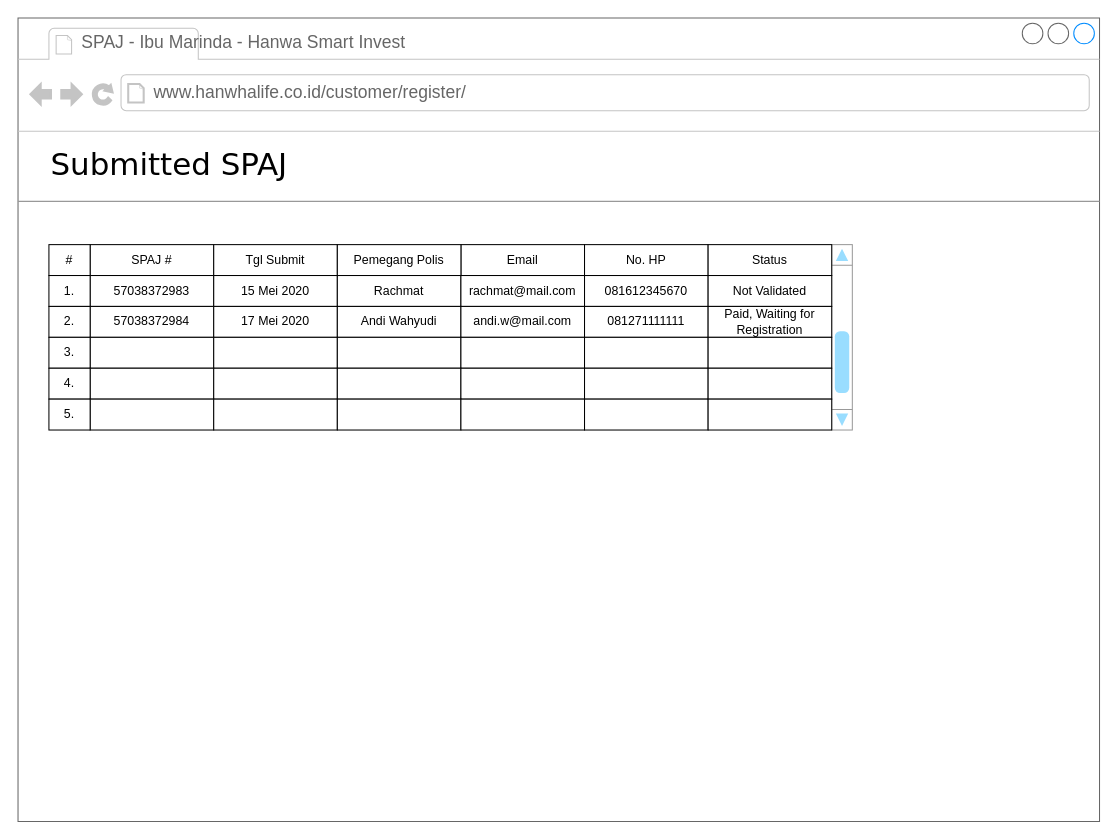
This is page "Agent View" (18 of 18) of CustomerInvitation.drawio from gustianom/hanwhaiso, a draw.io file, before an edit. Source tidied: cells renumbered, new cells numbered last; positions are measured from the earlier drawing's top-left corner, leaving out a move shared by most shapes. Both pictures are drawn from the tidied source at 103%, with x=0, y=0 at pixel (18, 18).
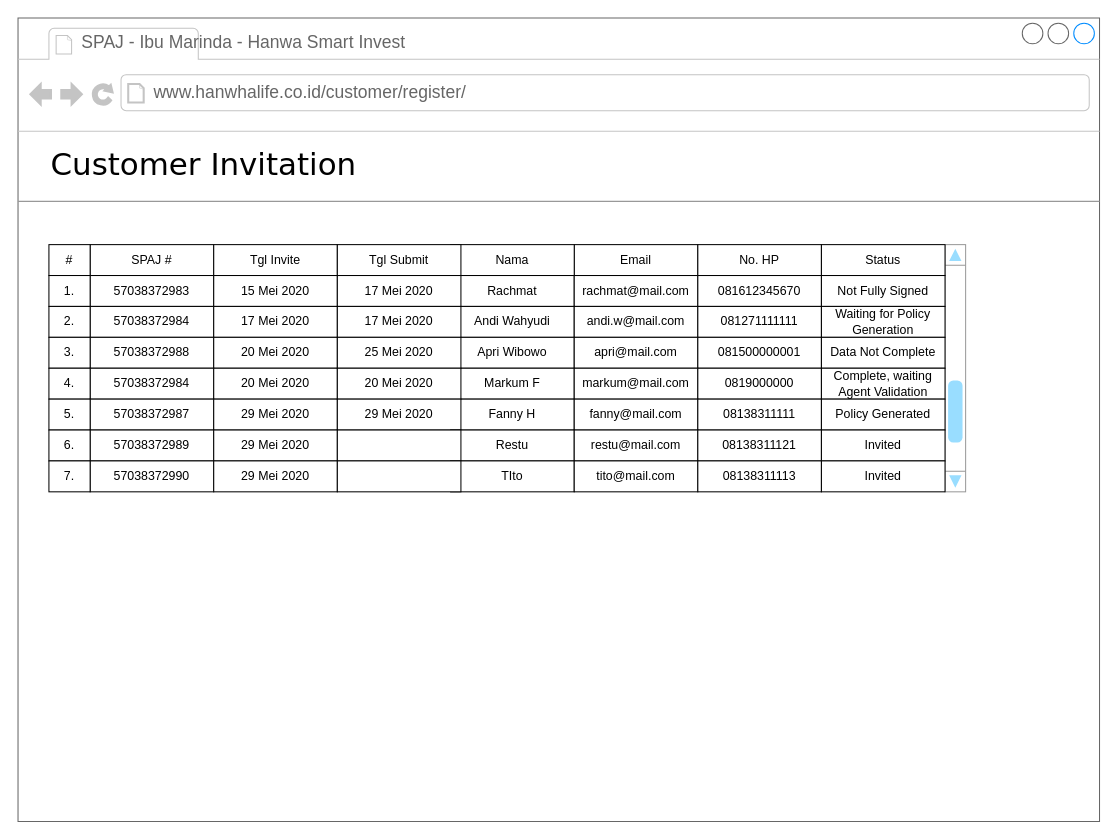
After the change.

The change refers to these unchanged cells:
```xml
<mxCell id="2" style="strokeWidth=1;shadow=0;dashed=0;align=center;html=1;shape=mxgraph.mockup.containers.browserWindow;rSize=0;strokeColor=#666666;mainText=,;rounded=0;labelBackgroundColor=none;fontFamily=Verdana;fontSize=12;" parent="1" vertex="1">
  <mxGeometry width="1050" height="780" as="geometry" />
</mxCell>
```

What changed in the source:
```diff
@@
-    <mxCell id="5" value="Submitted SPAJ" style="text;html=1;align=left;verticalAlign=top;spacingTop=-4;fontSize=30;fontFamily=Verdana;" parent="2" vertex="1">
+    <mxCell id="5" value="Customer Invitation" style="text;html=1;align=left;verticalAlign=top;spacingTop=-4;fontSize=30;fontFamily=Verdana;" parent="2" vertex="1">
       <mxGeometry x="30" y="122" width="890" height="50" as="geometry" />
     </mxCell>
@@
     <mxCell id="7" style="verticalLabelPosition=bottom;shadow=0;dashed=0;align=center;html=1;verticalAlign=top;strokeWidth=1;shape=mxgraph.mockup.navigation.scrollBar;strokeColor=#999999;barPos=20;fillColor2=#99ddff;strokeColor2=none;direction=north;" parent="2" vertex="1">
-      <mxGeometry x="790" y="220" width="20" height="180" as="geometry" />
+      <mxGeometry x="900" y="220" width="20" height="240" as="geometry" />
     </mxCell>
@@
-    <mxCell id="9" value="Tgl Submit" style="rounded=0;whiteSpace=wrap;html=1;" parent="2" vertex="1">
+    <mxCell id="9" value="Tgl Invite" style="rounded=0;whiteSpace=wrap;html=1;" parent="2" vertex="1">
       <mxGeometry x="190" y="220" width="120" height="30" as="geometry" />
     </mxCell>
     <mxCell id="10" value="Email" style="rounded=0;whiteSpace=wrap;html=1;" parent="2" vertex="1">
-      <mxGeometry x="430" y="220" width="120" height="30" as="geometry" />
+      <mxGeometry x="540" y="220" width="120" height="30" as="geometry" />
     </mxCell>
     <mxCell id="11" value="No. HP" style="rounded=0;whiteSpace=wrap;html=1;" parent="2" vertex="1">
-      <mxGeometry x="550" y="220" width="120" height="30" as="geometry" />
+      <mxGeometry x="660" y="220" width="120" height="30" as="geometry" />
     </mxCell>
-    <mxCell id="12" value="Pemegang Polis" style="rounded=0;whiteSpace=wrap;html=1;" parent="2" vertex="1">
-      <mxGeometry x="310" y="220" width="120" height="30" as="geometry" />
+    <mxCell id="12" value="Nama" style="rounded=0;whiteSpace=wrap;html=1;" parent="2" vertex="1">
+      <mxGeometry x="420" y="220" width="120" height="30" as="geometry" />
     </mxCell>
@@
     <mxCell id="15" value="Rachmat" style="rounded=0;whiteSpace=wrap;html=1;" parent="2" vertex="1">
-      <mxGeometry x="310" y="250" width="120" height="30" as="geometry" />
+      <mxGeometry x="420" y="250" width="120" height="30" as="geometry" />
     </mxCell>
     <mxCell id="16" value="rachmat@mail.com" style="rounded=0;whiteSpace=wrap;html=1;" parent="2" vertex="1">
-      <mxGeometry x="430" y="250" width="120" height="30" as="geometry" />
+      <mxGeometry x="540" y="250" width="120" height="30" as="geometry" />
     </mxCell>
     <mxCell id="17" value="081612345670" style="rounded=0;whiteSpace=wrap;html=1;" parent="2" vertex="1">
-      <mxGeometry x="550" y="250" width="120" height="30" as="geometry" />
+      <mxGeometry x="660" y="250" width="120" height="30" as="geometry" />
     </mxCell>
@@
     <mxCell id="22" value="Andi Wahyudi" style="rounded=0;whiteSpace=wrap;html=1;" parent="2" vertex="1">
-      <mxGeometry x="310" y="280" width="120" height="30" as="geometry" />
+      <mxGeometry x="420" y="280" width="120" height="30" as="geometry" />
     </mxCell>
     <mxCell id="23" value="andi.w@mail.com" style="rounded=0;whiteSpace=wrap;html=1;" parent="2" vertex="1">
-      <mxGeometry x="430" y="280" width="120" height="30" as="geometry" />
+      <mxGeometry x="540" y="280" width="120" height="30" as="geometry" />
     </mxCell>
     <mxCell id="24" value="081271111111" style="rounded=0;whiteSpace=wrap;html=1;" parent="2" vertex="1">
-      <mxGeometry x="550" y="280" width="120" height="30" as="geometry" />
+      <mxGeometry x="660" y="280" width="120" height="30" as="geometry" />
     </mxCell>
@@
-    <mxCell id="26" style="rounded=0;whiteSpace=wrap;html=1;" parent="2" vertex="1">
+    <mxCell id="26" value="57038372988" style="rounded=0;whiteSpace=wrap;html=1;" parent="2" vertex="1">
       <mxGeometry x="70" y="310" width="120" height="30" as="geometry" />
     </mxCell>
-    <mxCell id="27" style="rounded=0;whiteSpace=wrap;html=1;" parent="2" vertex="1">
+    <mxCell id="27" value="20 Mei 2020" style="rounded=0;whiteSpace=wrap;html=1;" parent="2" vertex="1">
       <mxGeometry x="190" y="310" width="120" height="30" as="geometry" />
     </mxCell>
-    <mxCell id="28" style="rounded=0;whiteSpace=wrap;html=1;" parent="2" vertex="1">
-      <mxGeometry x="310" y="310" width="120" height="30" as="geometry" />
+    <mxCell id="28" value="Apri Wibowo" style="rounded=0;whiteSpace=wrap;html=1;" parent="2" vertex="1">
+      <mxGeometry x="420" y="310" width="120" height="30" as="geometry" />
     </mxCell>
-    <mxCell id="29" style="rounded=0;whiteSpace=wrap;html=1;" parent="2" vertex="1">
-      <mxGeometry x="430" y="310" width="120" height="30" as="geometry" />
+    <mxCell id="29" value="apri@mail.com" style="rounded=0;whiteSpace=wrap;html=1;" parent="2" vertex="1">
+      <mxGeometry x="540" y="310" width="120" height="30" as="geometry" />
     </mxCell>
-    <mxCell id="30" style="rounded=0;whiteSpace=wrap;html=1;" parent="2" vertex="1">
-      <mxGeometry x="550" y="310" width="120" height="30" as="geometry" />
+    <mxCell id="30" value="081500000001" style="rounded=0;whiteSpace=wrap;html=1;" parent="2" vertex="1">
+      <mxGeometry x="660" y="310" width="120" height="30" as="geometry" />
     </mxCell>
@@
-    <mxCell id="32" style="rounded=0;whiteSpace=wrap;html=1;" parent="2" vertex="1">
+    <mxCell id="32" value="57038372984" style="rounded=0;whiteSpace=wrap;html=1;" parent="2" vertex="1">
       <mxGeometry x="70" y="340" width="120" height="30" as="geometry" />
     </mxCell>
-    <mxCell id="33" style="rounded=0;whiteSpace=wrap;html=1;" parent="2" vertex="1">
+    <mxCell id="33" value="20 Mei 2020" style="rounded=0;whiteSpace=wrap;html=1;" parent="2" vertex="1">
       <mxGeometry x="190" y="340" width="120" height="30" as="geometry" />
     </mxCell>
-    <mxCell id="34" style="rounded=0;whiteSpace=wrap;html=1;" parent="2" vertex="1">
-      <mxGeometry x="310" y="340" width="120" height="30" as="geometry" />
+    <mxCell id="34" value="Markum F" style="rounded=0;whiteSpace=wrap;html=1;" parent="2" vertex="1">
+      <mxGeometry x="420" y="340" width="120" height="30" as="geometry" />
     </mxCell>
-    <mxCell id="35" style="rounded=0;whiteSpace=wrap;html=1;" parent="2" vertex="1">
-      <mxGeometry x="430" y="340" width="120" height="30" as="geometry" />
+    <mxCell id="35" value="markum@mail.com" style="rounded=0;whiteSpace=wrap;html=1;" parent="2" vertex="1">
+      <mxGeometry x="540" y="340" width="120" height="30" as="geometry" />
     </mxCell>
-    <mxCell id="36" style="rounded=0;whiteSpace=wrap;html=1;" parent="2" vertex="1">
-      <mxGeometry x="550" y="340" width="120" height="30" as="geometry" />
+    <mxCell id="36" value="0819000000" style="rounded=0;whiteSpace=wrap;html=1;" parent="2" vertex="1">
+      <mxGeometry x="660" y="340" width="120" height="30" as="geometry" />
     </mxCell>
@@
-    <mxCell id="38" style="rounded=0;whiteSpace=wrap;html=1;" parent="2" vertex="1">
+    <mxCell id="38" value="57038372987" style="rounded=0;whiteSpace=wrap;html=1;" parent="2" vertex="1">
       <mxGeometry x="70" y="370" width="120" height="30" as="geometry" />
     </mxCell>
-    <mxCell id="39" style="rounded=0;whiteSpace=wrap;html=1;" parent="2" vertex="1">
+    <mxCell id="39" value="29 Mei 2020" style="rounded=0;whiteSpace=wrap;html=1;" parent="2" vertex="1">
       <mxGeometry x="190" y="370" width="120" height="30" as="geometry" />
     </mxCell>
-    <mxCell id="40" style="rounded=0;whiteSpace=wrap;html=1;" parent="2" vertex="1">
-      <mxGeometry x="310" y="370" width="120" height="30" as="geometry" />
+    <mxCell id="40" value="Fanny H" style="rounded=0;whiteSpace=wrap;html=1;" parent="2" vertex="1">
+      <mxGeometry x="420" y="370" width="120" height="30" as="geometry" />
     </mxCell>
-    <mxCell id="41" style="rounded=0;whiteSpace=wrap;html=1;" parent="2" vertex="1">
-      <mxGeometry x="430" y="370" width="120" height="30" as="geometry" />
+    <mxCell id="41" value="fanny@mail.com" style="rounded=0;whiteSpace=wrap;html=1;" parent="2" vertex="1">
+      <mxGeometry x="540" y="370" width="120" height="30" as="geometry" />
     </mxCell>
-    <mxCell id="42" style="rounded=0;whiteSpace=wrap;html=1;" parent="2" vertex="1">
-      <mxGeometry x="550" y="370" width="120" height="30" as="geometry" />
+    <mxCell id="42" value="08138311111" style="rounded=0;whiteSpace=wrap;html=1;" parent="2" vertex="1">
+      <mxGeometry x="660" y="370" width="120" height="30" as="geometry" />
     </mxCell>
@@
     <mxCell id="44" value="Status" style="rounded=0;whiteSpace=wrap;html=1;" parent="2" vertex="1">
-      <mxGeometry x="670" y="220" width="120" height="30" as="geometry" />
+      <mxGeometry x="780" y="220" width="120" height="30" as="geometry" />
     </mxCell>
-    <mxCell id="45" value="Not Validated" style="rounded=0;whiteSpace=wrap;html=1;" parent="2" vertex="1">
-      <mxGeometry x="670" y="250" width="120" height="30" as="geometry" />
+    <mxCell id="45" value="Not Fully Signed" style="rounded=0;whiteSpace=wrap;html=1;" parent="2" vertex="1">
+      <mxGeometry x="780" y="250" width="120" height="30" as="geometry" />
     </mxCell>
-    <mxCell id="46" value="Paid, Waiting for Registration" style="rounded=0;whiteSpace=wrap;html=1;" parent="2" vertex="1">
-      <mxGeometry x="670" y="280" width="120" height="30" as="geometry" />
+    <mxCell id="46" value="Waiting for Policy Generation" style="rounded=0;whiteSpace=wrap;html=1;" parent="2" vertex="1">
+      <mxGeometry x="780" y="280" width="120" height="30" as="geometry" />
     </mxCell>
-    <mxCell id="47" style="rounded=0;whiteSpace=wrap;html=1;" parent="2" vertex="1">
-      <mxGeometry x="670" y="310" width="120" height="30" as="geometry" />
+    <mxCell id="47" value="Data Not Complete" style="rounded=0;whiteSpace=wrap;html=1;" parent="2" vertex="1">
+      <mxGeometry x="780" y="310" width="120" height="30" as="geometry" />
     </mxCell>
-    <mxCell id="48" style="rounded=0;whiteSpace=wrap;html=1;" parent="2" vertex="1">
-      <mxGeometry x="670" y="340" width="120" height="30" as="geometry" />
+    <mxCell id="48" value="Complete, waiting Agent Validation" style="rounded=0;whiteSpace=wrap;html=1;" parent="2" vertex="1">
+      <mxGeometry x="780" y="340" width="120" height="30" as="geometry" />
     </mxCell>
-    <mxCell id="49" style="rounded=0;whiteSpace=wrap;html=1;" parent="2" vertex="1">
-      <mxGeometry x="670" y="370" width="120" height="30" as="geometry" />
+    <mxCell id="49" value="Policy Generated" style="rounded=0;whiteSpace=wrap;html=1;" parent="2" vertex="1">
+      <mxGeometry x="780" y="370" width="120" height="30" as="geometry" />
     </mxCell>
+    <mxCell id="50" value="Tgl Submit" style="rounded=0;whiteSpace=wrap;html=1;" parent="2" vertex="1">
+      <mxGeometry x="310" y="220" width="120" height="30" as="geometry" />
+    </mxCell>
+    <mxCell id="51" value="17 Mei 2020" style="rounded=0;whiteSpace=wrap;html=1;" parent="2" vertex="1">
+      <mxGeometry x="310" y="250" width="120" height="30" as="geometry" />
+    </mxCell>
+    <mxCell id="52" value="17 Mei 2020" style="rounded=0;whiteSpace=wrap;html=1;" parent="2" vertex="1">
+      <mxGeometry x="310" y="280" width="120" height="30" as="geometry" />
+    </mxCell>
+    <mxCell id="53" value="25 Mei 2020" style="rounded=0;whiteSpace=wrap;html=1;" parent="2" vertex="1">
+      <mxGeometry x="310" y="310" width="120" height="30" as="geometry" />
+    </mxCell>
+    <mxCell id="54" value="20 Mei 2020" style="rounded=0;whiteSpace=wrap;html=1;" parent="2" vertex="1">
+      <mxGeometry x="310" y="340" width="120" height="30" as="geometry" />
+    </mxCell>
+    <mxCell id="55" value="29 Mei 2020" style="rounded=0;whiteSpace=wrap;html=1;" parent="2" vertex="1">
+      <mxGeometry x="310" y="370" width="120" height="30" as="geometry" />
+    </mxCell>
+    <mxCell id="56" value="57038372989" style="rounded=0;whiteSpace=wrap;html=1;" parent="2" vertex="1">
+      <mxGeometry x="70" y="400" width="120" height="30" as="geometry" />
+    </mxCell>
+    <mxCell id="57" value="29 Mei 2020" style="rounded=0;whiteSpace=wrap;html=1;" parent="2" vertex="1">
+      <mxGeometry x="190" y="400" width="120" height="30" as="geometry" />
+    </mxCell>
+    <mxCell id="58" value="Restu" style="rounded=0;whiteSpace=wrap;html=1;" parent="2" vertex="1">
+      <mxGeometry x="420" y="400" width="120" height="30" as="geometry" />
+    </mxCell>
+    <mxCell id="59" value="restu@mail.com" style="rounded=0;whiteSpace=wrap;html=1;" parent="2" vertex="1">
+      <mxGeometry x="540" y="400" width="120" height="30" as="geometry" />
+    </mxCell>
+    <mxCell id="60" value="08138311121" style="rounded=0;whiteSpace=wrap;html=1;" parent="2" vertex="1">
+      <mxGeometry x="660" y="400" width="120" height="30" as="geometry" />
+    </mxCell>
+    <mxCell id="61" value="6." style="rounded=0;whiteSpace=wrap;html=1;" parent="2" vertex="1">
+      <mxGeometry x="30" y="400" width="40" height="30" as="geometry" />
+    </mxCell>
+    <mxCell id="62" value="Invited" style="rounded=0;whiteSpace=wrap;html=1;" parent="2" vertex="1">
+      <mxGeometry x="780" y="400" width="120" height="30" as="geometry" />
+    </mxCell>
+    <mxCell id="63" style="rounded=0;whiteSpace=wrap;html=1;" parent="2" vertex="1">
+      <mxGeometry x="310" y="400" width="120" height="30" as="geometry" />
+    </mxCell>
+    <mxCell id="64" value="57038372990" style="rounded=0;whiteSpace=wrap;html=1;" parent="2" vertex="1">
+      <mxGeometry x="70" y="430" width="120" height="30" as="geometry" />
+    </mxCell>
+    <mxCell id="65" value="29 Mei 2020" style="rounded=0;whiteSpace=wrap;html=1;" parent="2" vertex="1">
+      <mxGeometry x="190" y="430" width="120" height="30" as="geometry" />
+    </mxCell>
+    <mxCell id="66" value="TIto" style="rounded=0;whiteSpace=wrap;html=1;" parent="2" vertex="1">
+      <mxGeometry x="420" y="430" width="120" height="30" as="geometry" />
+    </mxCell>
+    <mxCell id="67" value="tito@mail.com" style="rounded=0;whiteSpace=wrap;html=1;" parent="2" vertex="1">
+      <mxGeometry x="540" y="430" width="120" height="30" as="geometry" />
+    </mxCell>
+    <mxCell id="68" value="08138311113" style="rounded=0;whiteSpace=wrap;html=1;" parent="2" vertex="1">
+      <mxGeometry x="660" y="430" width="120" height="30" as="geometry" />
+    </mxCell>
+    <mxCell id="69" value="7." style="rounded=0;whiteSpace=wrap;html=1;" parent="2" vertex="1">
+      <mxGeometry x="30" y="430" width="40" height="30" as="geometry" />
+    </mxCell>
+    <mxCell id="70" value="Invited" style="rounded=0;whiteSpace=wrap;html=1;" parent="2" vertex="1">
+      <mxGeometry x="780" y="430" width="120" height="30" as="geometry" />
+    </mxCell>
+    <mxCell id="71" style="rounded=0;whiteSpace=wrap;html=1;" parent="2" vertex="1">
+      <mxGeometry x="310" y="430" width="120" height="30" as="geometry" />
+    </mxCell>
```
